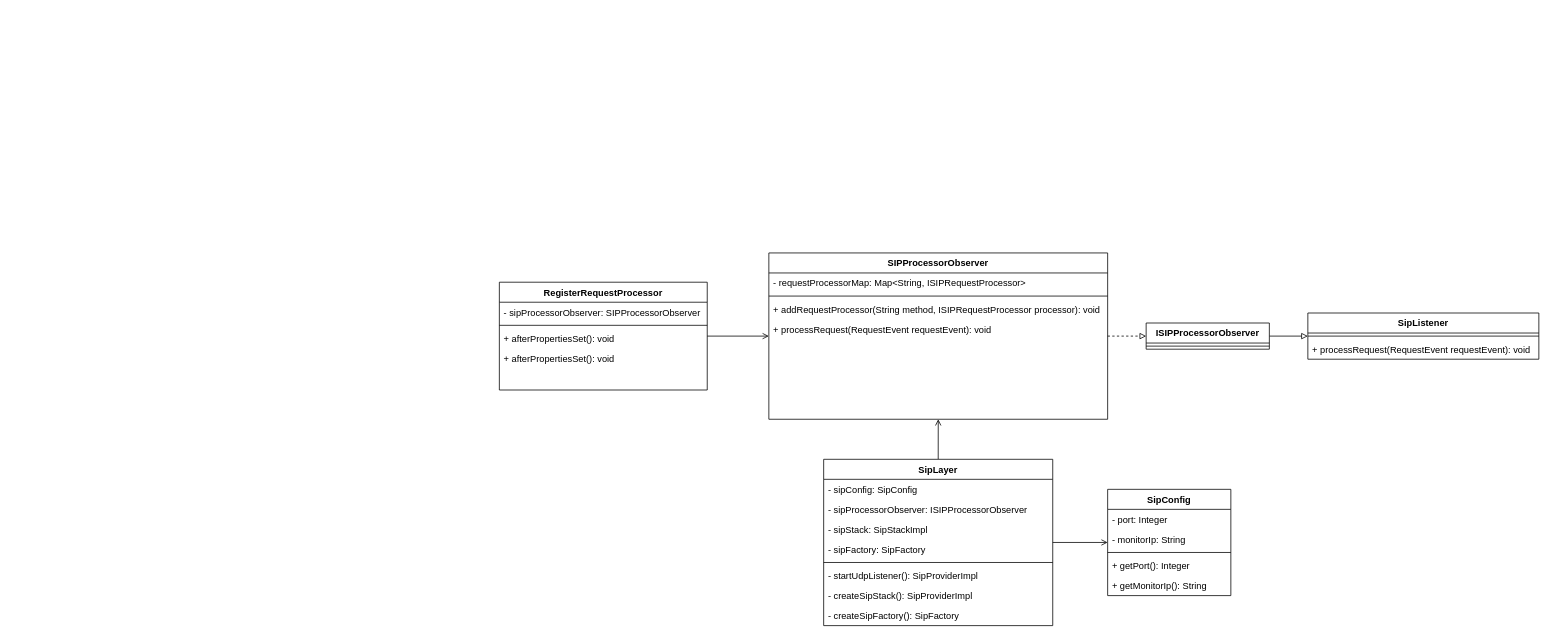
The draw.io diagram wvp_SIP.drawio in kenllf/UML, before the edit. Source tidied: cells renumbered, new cells numbered last; positions are measured from the earlier drawing's top-left corner, leaving out a move shared by most shapes. Both pictures are drawn from the tidied source at 77%, with x=0, y=0 at pixel (499, 253).
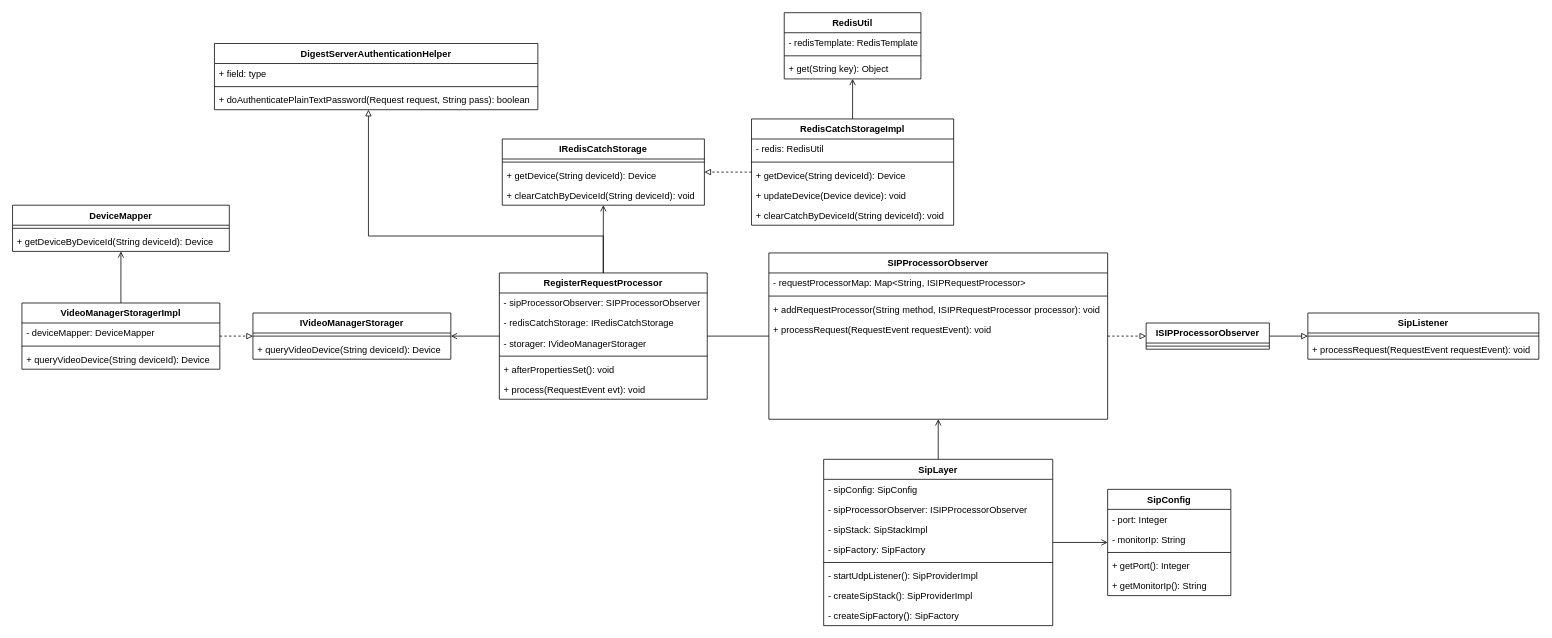
The same page after the edit.

Unchanged cells that the change refers to:
```xml
<mxCell id="9" value="SIPProcessorObserver" style="swimlane;fontStyle=1;align=center;verticalAlign=top;horizontal=1;startSize=26;rounded=0;shadow=0;strokeWidth=1;" parent="1" vertex="1">
  <mxGeometry x="350" width="440" height="216" as="geometry" />
</mxCell>
```

What changed in the source:
```diff
@@
-    <mxCell id="2" style="rounded=0;jettySize=auto;html=1;endArrow=open;endFill=0;" parent="1" edge="1" source="3" target="9">
+    <mxCell id="2" style="rounded=0;jettySize=auto;html=1;endArrow=none;endFill=0;" parent="1" edge="1" source="3" target="9">
       <mxGeometry relative="1" as="geometry" />
     </mxCell>
+    <mxCell id="37" style="edgeStyle=orthogonalEdgeStyle;rounded=0;jettySize=auto;html=1;endArrow=open;endFill=0;" parent="1" edge="1" source="3" target="42">
+      <mxGeometry relative="1" as="geometry" />
+    </mxCell>
+    <mxCell id="38" style="edgeStyle=none;rounded=0;jettySize=auto;html=1;endArrow=open;endFill=0;" parent="1" edge="1" source="3" target="58">
+      <mxGeometry relative="1" as="geometry" />
+    </mxCell>
+    <mxCell id="39" style="rounded=0;jettySize=auto;html=1;endArrow=block;endFill=0;edgeStyle=orthogonalEdgeStyle;" parent="1" edge="1" source="3" target="70">
+      <mxGeometry relative="1" as="geometry">
+        <Array as="points">
+          <mxPoint x="135" y="-22" />
+          <mxPoint x="-170" y="-22" />
+        </Array>
+      </mxGeometry>
+    </mxCell>
     <mxCell id="3" value="RegisterRequestProcessor" style="swimlane;fontStyle=1;align=center;verticalAlign=top;horizontal=1;startSize=26;rounded=0;shadow=0;strokeWidth=1;" parent="1" vertex="1">
-      <mxGeometry y="38" width="270" height="140" as="geometry" />
+      <mxGeometry y="26" width="270" height="164" as="geometry" />
     </mxCell>
@@
+    <mxCell id="40" value="- redisCatchStorage: IRedisCatchStorage" style="text;align=left;verticalAlign=top;spacingLeft=4;spacingRight=4;overflow=hidden;" parent="3" vertex="1">
+      <mxGeometry y="52" width="270" height="26" as="geometry" />
+    </mxCell>
+    <mxCell id="41" value="- storager: IVideoManagerStorager" style="text;align=left;verticalAlign=top;spacingLeft=4;spacingRight=4;overflow=hidden;" parent="3" vertex="1">
+      <mxGeometry y="78" width="270" height="26" as="geometry" />
+    </mxCell>
     <mxCell id="5" style="line;html=1;strokeWidth=1;align=left;verticalAlign=middle;spacingTop=-1;spacingLeft=3;spacingRight=3;labelPosition=right;" parent="3" vertex="1">
-      <mxGeometry y="52" width="270" height="8" as="geometry" />
+      <mxGeometry y="104" width="270" height="8" as="geometry" />
     </mxCell>
     <mxCell id="6" value="+ afterPropertiesSet(): void" style="text;align=left;verticalAlign=top;spacingLeft=4;spacingRight=4;overflow=hidden;" parent="3" vertex="1">
-      <mxGeometry y="60" width="270" height="26" as="geometry" />
+      <mxGeometry y="112" width="270" height="26" as="geometry" />
     </mxCell>
-    <mxCell id="7" value="+ afterPropertiesSet(): void" style="text;align=left;verticalAlign=top;spacingLeft=4;spacingRight=4;overflow=hidden;" parent="3" vertex="1">
-      <mxGeometry y="86" width="270" height="26" as="geometry" />
+    <mxCell id="7" value="+ process(RequestEvent evt): void" style="text;align=left;verticalAlign=top;spacingLeft=4;spacingRight=4;overflow=hidden;" parent="3" vertex="1">
+      <mxGeometry y="138" width="270" height="26" as="geometry" />
     </mxCell>
@@
+    <mxCell id="42" value="IRedisCatchStorage" style="swimlane;fontStyle=1;align=center;verticalAlign=top;horizontal=1;startSize=26;" parent="1" vertex="1">
+      <mxGeometry x="3.8" y="-148" width="262.5" height="86" as="geometry" />
+    </mxCell>
+    <mxCell id="43" style="line;strokeWidth=1;fillColor=none;align=left;verticalAlign=middle;spacingTop=-1;spacingLeft=3;spacingRight=3;labelPosition=right;" parent="42" vertex="1">
+      <mxGeometry y="26" width="262.5" height="8" as="geometry" />
+    </mxCell>
+    <mxCell id="44" value="+ getDevice(String deviceId): Device" style="text;strokeColor=none;fillColor=none;align=left;verticalAlign=top;spacingLeft=4;spacingRight=4;overflow=hidden;" parent="42" vertex="1">
+      <mxGeometry y="34" width="262.5" height="26" as="geometry" />
+    </mxCell>
+    <mxCell id="45" value="+ clearCatchByDeviceId(String deviceId): void" style="text;strokeColor=none;fillColor=none;align=left;verticalAlign=top;spacingLeft=4;spacingRight=4;overflow=hidden;" parent="42" vertex="1">
+      <mxGeometry y="60" width="262.5" height="26" as="geometry" />
+    </mxCell>
+    <mxCell id="46" style="edgeStyle=none;rounded=0;jettySize=auto;html=1;endArrow=open;endFill=0;" parent="1" edge="1" source="47" target="54">
+      <mxGeometry relative="1" as="geometry" />
+    </mxCell>
+    <mxCell id="47" value="RedisCatchStorageImpl" style="swimlane;fontStyle=1;align=center;verticalAlign=top;horizontal=1;startSize=26;" parent="1" vertex="1">
+      <mxGeometry x="327.5" y="-174" width="262.5" height="138" as="geometry" />
+    </mxCell>
+    <mxCell id="48" value="- redis: RedisUtil" style="text;strokeColor=none;fillColor=none;align=left;verticalAlign=top;spacingLeft=4;spacingRight=4;overflow=hidden;" parent="47" vertex="1">
+      <mxGeometry y="26" width="262.5" height="26" as="geometry" />
+    </mxCell>
+    <mxCell id="49" style="line;strokeWidth=1;fillColor=none;align=left;verticalAlign=middle;spacingTop=-1;spacingLeft=3;spacingRight=3;labelPosition=right;" parent="47" vertex="1">
+      <mxGeometry y="52" width="262.5" height="8" as="geometry" />
+    </mxCell>
+    <mxCell id="50" value="+ getDevice(String deviceId): Device" style="text;strokeColor=none;fillColor=none;align=left;verticalAlign=top;spacingLeft=4;spacingRight=4;overflow=hidden;" parent="47" vertex="1">
+      <mxGeometry y="60" width="262.5" height="26" as="geometry" />
+    </mxCell>
+    <mxCell id="51" value="+ updateDevice(Device device): void" style="text;strokeColor=none;fillColor=none;align=left;verticalAlign=top;spacingLeft=4;spacingRight=4;overflow=hidden;" parent="47" vertex="1">
+      <mxGeometry y="86" width="262.5" height="26" as="geometry" />
+    </mxCell>
+    <mxCell id="52" value="+ clearCatchByDeviceId(String deviceId): void" style="text;strokeColor=none;fillColor=none;align=left;verticalAlign=top;spacingLeft=4;spacingRight=4;overflow=hidden;" parent="47" vertex="1">
+      <mxGeometry y="112" width="262.5" height="26" as="geometry" />
+    </mxCell>
+    <mxCell id="53" style="rounded=0;jettySize=auto;html=1;endArrow=block;endFill=0;dashed=1;" parent="1" edge="1" source="47" target="42">
+      <mxGeometry relative="1" as="geometry" />
+    </mxCell>
+    <mxCell id="54" value="RedisUtil" style="swimlane;fontStyle=1;align=center;verticalAlign=top;horizontal=1;startSize=26;" parent="1" vertex="1">
+      <mxGeometry x="370" y="-312" width="177.5" height="86" as="geometry" />
+    </mxCell>
+    <mxCell id="55" value="- redisTemplate: RedisTemplate" style="text;strokeColor=none;fillColor=none;align=left;verticalAlign=top;spacingLeft=4;spacingRight=4;overflow=hidden;" parent="54" vertex="1">
+      <mxGeometry y="26" width="177.5" height="26" as="geometry" />
+    </mxCell>
+    <mxCell id="56" style="line;strokeWidth=1;fillColor=none;align=left;verticalAlign=middle;spacingTop=-1;spacingLeft=3;spacingRight=3;labelPosition=right;" parent="54" vertex="1">
+      <mxGeometry y="52" width="177.5" height="8" as="geometry" />
+    </mxCell>
+    <mxCell id="57" value="+ get(String key): Object" style="text;strokeColor=none;fillColor=none;align=left;verticalAlign=top;spacingLeft=4;spacingRight=4;overflow=hidden;" parent="54" vertex="1">
+      <mxGeometry y="60" width="177.5" height="26" as="geometry" />
+    </mxCell>
+    <mxCell id="58" value="IVideoManagerStorager" style="swimlane;fontStyle=1;align=center;verticalAlign=top;horizontal=1;startSize=26;" parent="1" vertex="1">
+      <mxGeometry x="-320" y="78" width="257" height="60" as="geometry" />
+    </mxCell>
+    <mxCell id="59" style="line;strokeWidth=1;fillColor=none;align=left;verticalAlign=middle;spacingTop=-1;spacingLeft=3;spacingRight=3;labelPosition=right;" parent="58" vertex="1">
+      <mxGeometry y="26" width="257" height="8" as="geometry" />
+    </mxCell>
+    <mxCell id="60" value="+ queryVideoDevice(String deviceId): Device" style="text;strokeColor=none;fillColor=none;align=left;verticalAlign=top;spacingLeft=4;spacingRight=4;overflow=hidden;" parent="58" vertex="1">
+      <mxGeometry y="34" width="257" height="26" as="geometry" />
+    </mxCell>
+    <mxCell id="61" value="VideoManagerStoragerImpl" style="swimlane;fontStyle=1;align=center;verticalAlign=top;horizontal=1;startSize=26;" parent="1" vertex="1">
+      <mxGeometry x="-620" y="65" width="257" height="86" as="geometry" />
+    </mxCell>
+    <mxCell id="62" value="- deviceMapper: DeviceMapper" style="text;strokeColor=none;fillColor=none;align=left;verticalAlign=top;spacingLeft=4;spacingRight=4;overflow=hidden;" parent="61" vertex="1">
+      <mxGeometry y="26" width="257" height="26" as="geometry" />
+    </mxCell>
+    <mxCell id="63" style="line;strokeWidth=1;fillColor=none;align=left;verticalAlign=middle;spacingTop=-1;spacingLeft=3;spacingRight=3;labelPosition=right;" parent="61" vertex="1">
+      <mxGeometry y="52" width="257" height="8" as="geometry" />
+    </mxCell>
+    <mxCell id="64" value="+ queryVideoDevice(String deviceId): Device" style="text;strokeColor=none;fillColor=none;align=left;verticalAlign=top;spacingLeft=4;spacingRight=4;overflow=hidden;" parent="61" vertex="1">
+      <mxGeometry y="60" width="257" height="26" as="geometry" />
+    </mxCell>
+    <mxCell id="65" style="edgeStyle=none;rounded=0;jettySize=auto;html=1;endArrow=block;endFill=0;dashed=1;" parent="1" edge="1" source="61" target="58">
+      <mxGeometry relative="1" as="geometry" />
+    </mxCell>
+    <mxCell id="66" style="edgeStyle=none;rounded=0;jettySize=auto;html=1;endArrow=open;endFill=0;" parent="1" edge="1" source="61" target="67">
+      <mxGeometry relative="1" as="geometry" />
+    </mxCell>
+    <mxCell id="67" value="DeviceMapper" style="swimlane;fontStyle=1;align=center;verticalAlign=top;horizontal=1;startSize=26;" parent="1" vertex="1">
+      <mxGeometry x="-632.2" y="-62" width="281.5" height="60" as="geometry" />
+    </mxCell>
+    <mxCell id="68" style="line;strokeWidth=1;fillColor=none;align=left;verticalAlign=middle;spacingTop=-1;spacingLeft=3;spacingRight=3;labelPosition=right;" parent="67" vertex="1">
+      <mxGeometry y="26" width="281.5" height="8" as="geometry" />
+    </mxCell>
+    <mxCell id="69" value="+ getDeviceByDeviceId(String deviceId): Device" style="text;strokeColor=none;fillColor=none;align=left;verticalAlign=top;spacingLeft=4;spacingRight=4;overflow=hidden;" parent="67" vertex="1">
+      <mxGeometry y="34" width="281.5" height="26" as="geometry" />
+    </mxCell>
+    <mxCell id="70" value="DigestServerAuthenticationHelper" style="swimlane;fontStyle=1;align=center;verticalAlign=top;horizontal=1;startSize=26;" parent="1" vertex="1">
+      <mxGeometry x="-370" y="-272" width="420" height="86" as="geometry" />
+    </mxCell>
+    <mxCell id="71" value="+ field: type" style="text;strokeColor=none;fillColor=none;align=left;verticalAlign=top;spacingLeft=4;spacingRight=4;overflow=hidden;" parent="70" vertex="1">
+      <mxGeometry y="26" width="420" height="26" as="geometry" />
+    </mxCell>
+    <mxCell id="72" style="line;strokeWidth=1;fillColor=none;align=left;verticalAlign=middle;spacingTop=-1;spacingLeft=3;spacingRight=3;labelPosition=right;" parent="70" vertex="1">
+      <mxGeometry y="52" width="420" height="8" as="geometry" />
+    </mxCell>
+    <mxCell id="73" value="+ doAuthenticatePlainTextPassword(Request request, String pass): boolean" style="text;strokeColor=none;fillColor=none;align=left;verticalAlign=top;spacingLeft=4;spacingRight=4;overflow=hidden;" parent="70" vertex="1">
+      <mxGeometry y="60" width="420" height="26" as="geometry" />
+    </mxCell>
```
